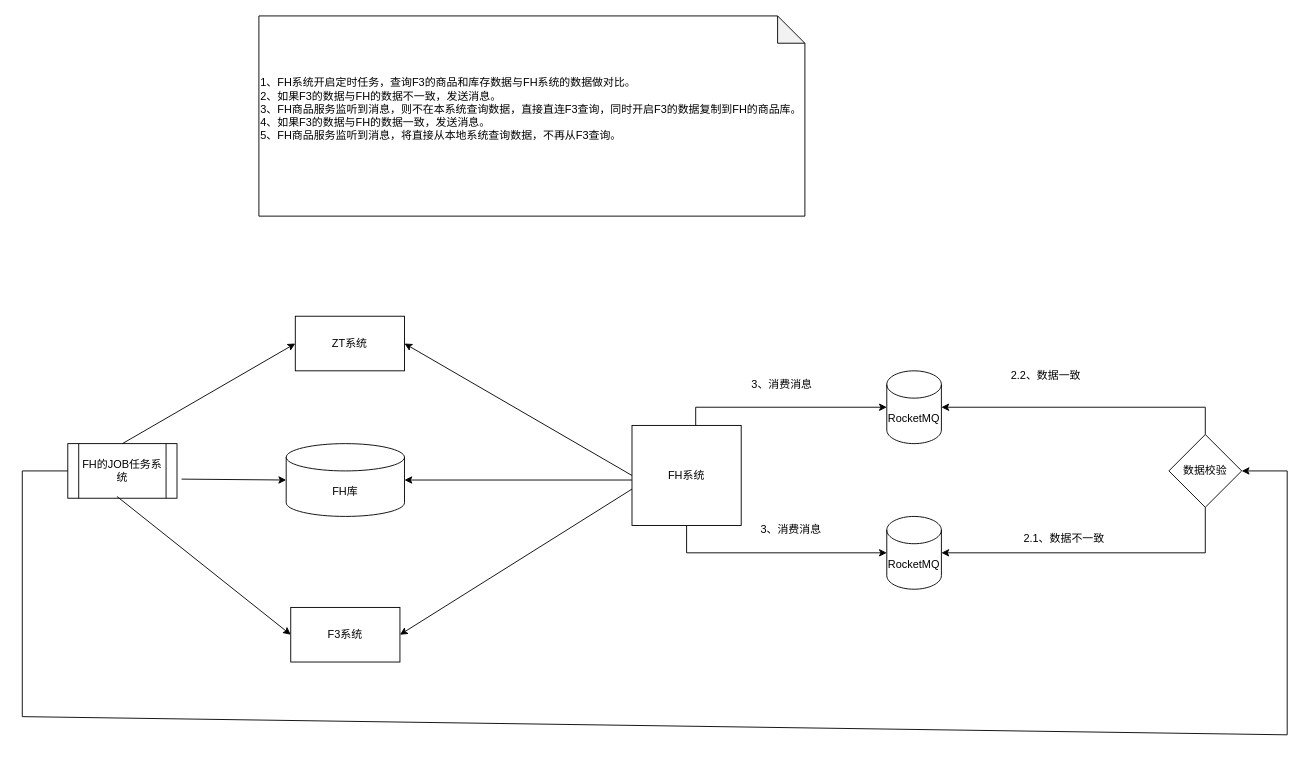
liuyunlong1229/aaa keeps this draw.io diagram as SketchMap/FH数据校验.drawio. Above is the earlier version. Source tidied: cells renumbered, new cells numbered last; positions are measured from the earlier drawing's top-left corner, leaving out a move shared by most shapes. Both pictures are drawn from the tidied source at 91%, with x=0, y=0 at pixel (22, 15).
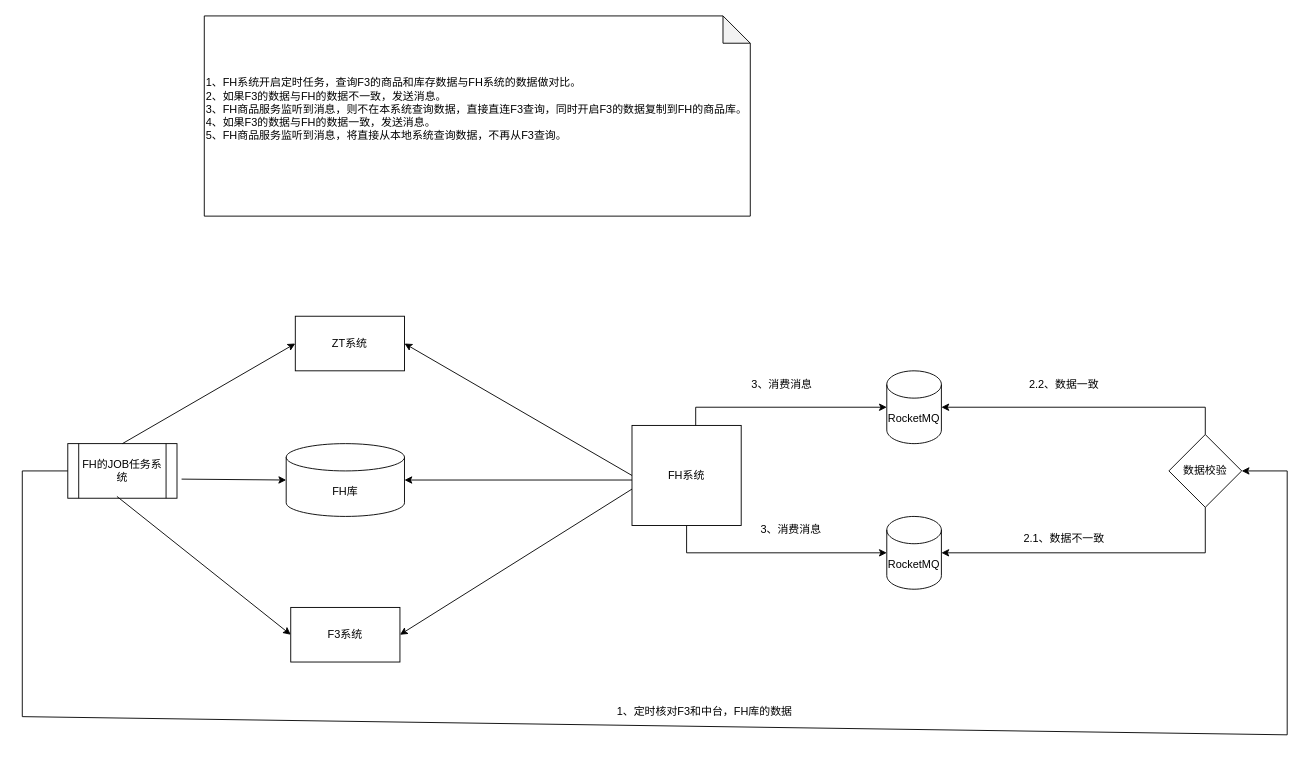
The same page after the edit.

Commit message:
更新FH数据校验.drawio

What changed in the source:
```diff
@@
     <mxCell id="9" value="&lt;div&gt;&lt;div&gt;&lt;div&gt;1、FH系统开启定时任务，查询F3的商品和库存数据与FH系统的数据做对比。&lt;/div&gt;&lt;div&gt;2、如果F3的数据与FH的数据不一致，发送消息。&lt;/div&gt;&lt;div&gt;3、FH商品服务监听到消息，则不在本系统查询数据，直接直连F3查询，同时开启F3的数据复制到FH的商品库。&lt;/div&gt;&lt;div&gt;4、如果F3的数据与FH的数据一致，发送消息。&lt;/div&gt;&lt;div&gt;5、FH商品服务监听到消息，将直接从本地系统查询数据，不再从F3查询。&lt;/div&gt;&lt;/div&gt;&lt;/div&gt;&lt;div&gt;&lt;br&gt;&lt;/div&gt;" style="shape=note;whiteSpace=wrap;html=1;backgroundOutline=1;darkOpacity=0.05;align=left;" parent="1" vertex="1">
-      <mxGeometry x="260" width="600" height="220" as="geometry" />
+      <mxGeometry x="200" width="600" height="220" as="geometry" />
     </mxCell>
     <mxCell id="10" value="2.2、数据一致" style="text;html=1;align=center;verticalAlign=middle;whiteSpace=wrap;rounded=0;" parent="1" vertex="1">
-      <mxGeometry x="1080" y="380" width="90" height="30" as="geometry" />
+      <mxGeometry x="1100" y="390" width="90" height="30" as="geometry" />
     </mxCell>
@@
+    <mxCell id="26" value="1、定时核对F3和中台，FH库的数据" style="text;html=1;align=center;verticalAlign=middle;whiteSpace=wrap;rounded=0;" parent="1" vertex="1">
+      <mxGeometry x="620" y="750" width="260" height="30" as="geometry" />
+    </mxCell>
```
